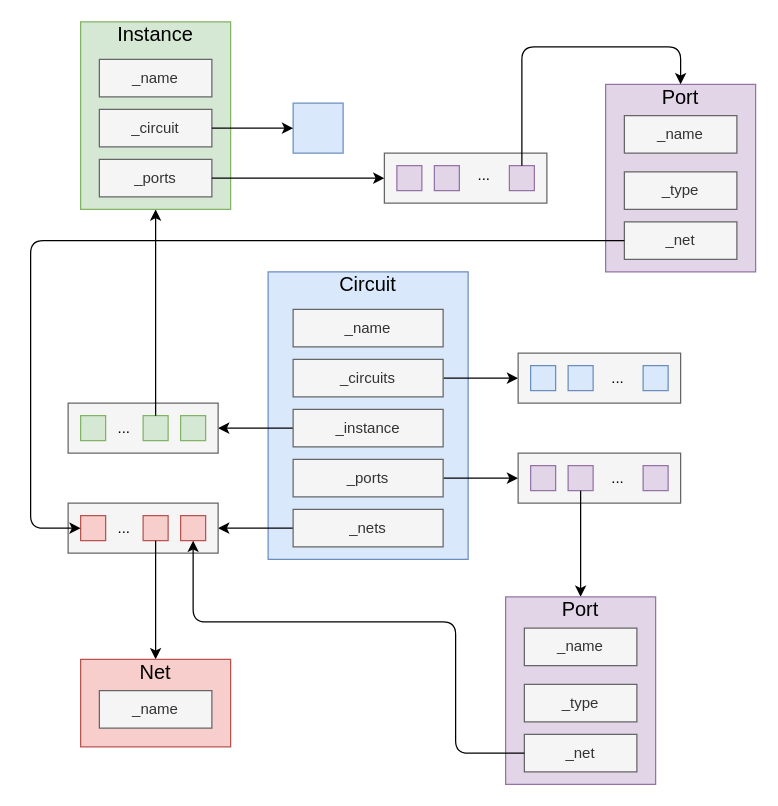
Before: docs/framework/circuit/电路类图.drawio in MoleSir/XTaro, a draw.io diagram. Source tidied: cells renumbered, new cells numbered last; positions are measured from the earlier drawing's top-left corner, leaving out a move shared by most shapes. Both pictures are drawn from the tidied source at 125%, with x=0, y=0 at pixel (30, 21).
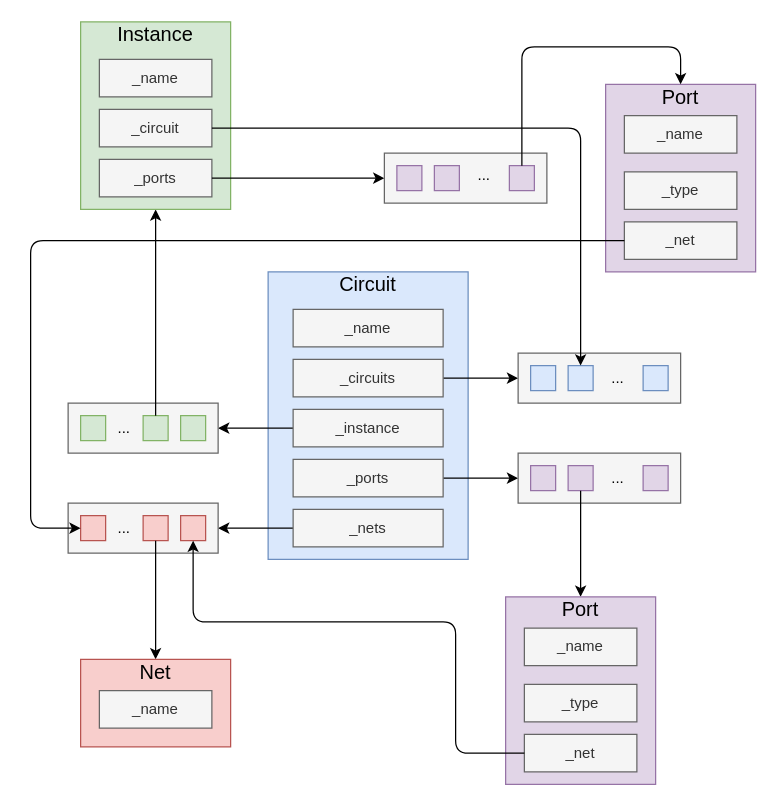
The same page after the edit.

The change refers to these unchanged cells:
```xml
<mxCell id="14" style="rounded=0;whiteSpace=wrap;html=1;fillColor=#dae8fc;strokeColor=#6c8ebf;" parent="1" vertex="1">
  <mxGeometry x="430" y="275" width="20" height="20" as="geometry" />
</mxCell>
<mxCell id="36" value="_circuit" style="rounded=0;whiteSpace=wrap;html=1;fillColor=#f5f5f5;strokeColor=#666666;fontColor=#333333;" parent="1" vertex="1">
  <mxGeometry x="55" y="70" width="90" height="30" as="geometry" />
</mxCell>
```

Diff of the diagram source:
```diff
@@
-    <mxCell id="39" style="endArrow=classic;html=1;exitX=1;exitY=0.5;exitDx=0;exitDy=0;" parent="1" edge="1" source="64">
-      <mxGeometry relative="1" as="geometry">
-        <mxPoint x="230" y="85" as="targetPoint" />
-        <Array as="points">
-          <mxPoint x="230" y="85" />
-          <mxPoint x="210" y="85" />
-        </Array>
-      </mxGeometry>
-    </mxCell>
@@
-    <mxCell id="64" style="rounded=0;whiteSpace=wrap;html=1;fillColor=#dae8fc;strokeColor=#6c8ebf;" parent="1" vertex="1">
-      <mxGeometry x="210" y="65" width="40" height="40" as="geometry" />
-    </mxCell>
-    <mxCell id="65" style="endArrow=classic;html=1;exitX=1;exitY=0.5;exitDx=0;exitDy=0;" parent="1" edge="1" source="36" target="64">
-      <mxGeometry relative="1" as="geometry" />
+    <mxCell id="65" style="endArrow=classic;html=1;exitX=1;exitY=0.5;exitDx=0;exitDy=0;entryX=0.5;entryY=0;entryDx=0;entryDy=0;" parent="1" edge="1" source="36" target="14">
+      <mxGeometry relative="1" as="geometry">
+        <Array as="points">
+          <mxPoint x="440" y="85" />
+        </Array>
+      </mxGeometry>
     </mxCell>
```
